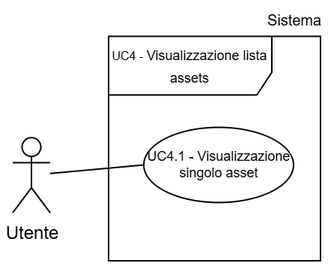
Before: Tutti i documenti/Assets/Diagrammi/UC4Inclusioni.png, a diagram exported from draw.io (AtlasTeam9/Documenti). Source tidied: cells renumbered, new cells last; positions are measured from the earlier drawing's top-left corner, leaving out a move shared by most shapes. Its diagram source:
```xml
<mxGraphModel background="light-dark(#FFFFFF,#FFFFFF)">
  <root>
    <mxCell id="0" />
    <mxCell id="1" parent="0" />
    <mxCell id="2" value="&lt;p&gt;&lt;font style=&quot;line-height: 60%; color: light-dark(rgb(0, 0, 0), rgb(0, 0, 0));&quot;&gt;&lt;font style=&quot;font-size: 8px; line-height: 60%;&quot; face=&quot;Helvetica&quot;&gt;UC4 -&amp;nbsp;&lt;/font&gt;&lt;span style=&quot;font-size: 9px; background-color: transparent; line-height: 60%;&quot;&gt;Visualizzazione lista assets&lt;/span&gt;&lt;/font&gt;&lt;/p&gt;" style="shape=umlFrame;whiteSpace=wrap;html=1;swimlaneFillColor=light-dark(transparent,#FFFFFF);strokeColor=light-dark(#000000,#000000);fillColor=none;width=109;height=39;gradientColor=none;" parent="1" vertex="1">
      <mxGeometry x="64" y="20.7" width="141.5" height="149.3" as="geometry" />
    </mxCell>
    <mxCell id="3" value="&lt;font style=&quot;color: light-dark(rgb(0, 0, 0), rgb(0, 0, 0));&quot;&gt;Utente&lt;/font&gt;" style="shape=umlActor;verticalLabelPosition=bottom;verticalAlign=top;html=1;outlineConnect=0;strokeColor=light-dark(#000000,#000000);fillColor=light-dark(#FFFFFF,transparent);" parent="1" vertex="1">
      <mxGeometry y="88.1" width="25" height="50" as="geometry" />
    </mxCell>
    <mxCell id="4" value="&lt;font style=&quot;color: light-dark(rgb(0, 0, 0), rgb(0, 0, 0)); line-height: 100%;&quot;&gt;UC4.1 - Visualizzazione singolo asset&lt;/font&gt;" style="ellipse;whiteSpace=wrap;html=1;strokeColor=light-dark(#000000,#000000);align=center;verticalAlign=middle;fontFamily=Helvetica;fontSize=9;fontColor=default;fillColor=light-dark(#FFFFFF, #ffffff);" parent="1" vertex="1">
      <mxGeometry x="87.5" y="81.2" width="100" height="50" as="geometry" />
    </mxCell>
    <mxCell id="5" style="endArrow=none;endFill=0;endSize=12;html=1;rounded=0;entryX=0;entryY=0.5;entryDx=0;entryDy=0;strokeColor=light-dark(#000000,#000000);" parent="1" edge="1" source="3" target="4">
      <mxGeometry relative="1" as="geometry" />
    </mxCell>
    <mxCell id="6" value="Sistema" style="text;html=1;whiteSpace=wrap;strokeColor=none;fillColor=none;align=center;verticalAlign=middle;rounded=0;fontFamily=Helvetica;fontSize=10;fontColor=light-dark(#000000,#000000);labelBackgroundColor=none;" parent="1" vertex="1">
      <mxGeometry x="169" width="38.5" height="20.7" as="geometry" />
    </mxCell>
  </root>
</mxGraphModel>
```
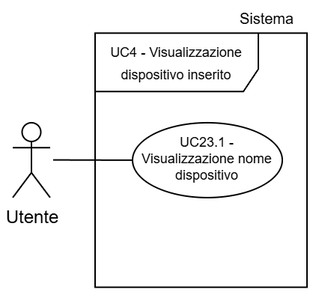
The same file after the commit.

Diff of the diagram source:
```diff
@@ -2,20 +2,22 @@
   <root>
     <mxCell id="0" />
     <mxCell id="1" parent="0" />
-    <mxCell id="2" value="&lt;p&gt;&lt;font style=&quot;line-height: 60%; color: light-dark(rgb(0, 0, 0), rgb(0, 0, 0));&quot;&gt;&lt;font style=&quot;font-size: 8px; line-height: 60%;&quot; face=&quot;Helvetica&quot;&gt;UC4 -&amp;nbsp;&lt;/font&gt;&lt;span style=&quot;font-size: 9px; background-color: transparent; line-height: 60%;&quot;&gt;Visualizzazione lista assets&lt;/span&gt;&lt;/font&gt;&lt;/p&gt;" style="shape=umlFrame;whiteSpace=wrap;html=1;swimlaneFillColor=light-dark(transparent,#FFFFFF);strokeColor=light-dark(#000000,#000000);fillColor=none;width=109;height=39;gradientColor=none;" parent="1" vertex="1">
-      <mxGeometry x="64" y="20.7" width="141.5" height="149.3" as="geometry" />
+    <mxCell id="2" value="&lt;p&gt;&lt;span style=&quot;font-size: 9px;&quot;&gt;&lt;font style=&quot;color: light-dark(rgb(0, 0, 0), rgb(0, 0, 0));&quot;&gt;UC4 - Visualizzazione dispositivo inserito&lt;/font&gt;&lt;/span&gt;&lt;/p&gt;" style="shape=umlFrame;whiteSpace=wrap;html=1;swimlaneFillColor=light-dark(transparent,#FFFFFF);strokeColor=light-dark(#000000,#000000);fillColor=light-dark(#FFFFFF,#FFFFFF);width=109;height=39;" parent="1" vertex="1">
+      <mxGeometry x="-461" y="23.6" width="141.5" height="169.7" as="geometry" />
     </mxCell>
     <mxCell id="3" value="&lt;font style=&quot;color: light-dark(rgb(0, 0, 0), rgb(0, 0, 0));&quot;&gt;Utente&lt;/font&gt;" style="shape=umlActor;verticalLabelPosition=bottom;verticalAlign=top;html=1;outlineConnect=0;strokeColor=light-dark(#000000,#000000);fillColor=light-dark(#FFFFFF,transparent);" parent="1" vertex="1">
-      <mxGeometry y="88.1" width="25" height="50" as="geometry" />
+      <mxGeometry x="-516" y="83.5" width="25" height="50" as="geometry" />
     </mxCell>
-    <mxCell id="4" value="&lt;font style=&quot;color: light-dark(rgb(0, 0, 0), rgb(0, 0, 0)); line-height: 100%;&quot;&gt;UC4.1 - Visualizzazione singolo asset&lt;/font&gt;" style="ellipse;whiteSpace=wrap;html=1;strokeColor=light-dark(#000000,#000000);align=center;verticalAlign=middle;fontFamily=Helvetica;fontSize=9;fontColor=default;fillColor=light-dark(#FFFFFF, #ffffff);" parent="1" vertex="1">
-      <mxGeometry x="87.5" y="81.2" width="100" height="50" as="geometry" />
+    <mxCell id="4" value="&lt;font style=&quot;color: light-dark(rgb(0, 0, 0), rgb(0, 0, 0)); line-height: 100%;&quot;&gt;UC23.1 - Visualizzazione nome dispositivo&lt;/font&gt;" style="ellipse;whiteSpace=wrap;html=1;strokeColor=light-dark(#000000,#000000);align=center;verticalAlign=middle;fontFamily=Helvetica;fontSize=9;fontColor=default;fillColor=light-dark(#FFFFFF, #ffffff);" parent="1" vertex="1">
+      <mxGeometry x="-436" y="83.5" width="100" height="50" as="geometry" />
     </mxCell>
-    <mxCell id="5" style="endArrow=none;endFill=0;endSize=12;html=1;rounded=0;entryX=0;entryY=0.5;entryDx=0;entryDy=0;strokeColor=light-dark(#000000,#000000);" parent="1" edge="1" source="3" target="4">
-      <mxGeometry relative="1" as="geometry" />
+    <mxCell id="5" value="Sistema" style="text;html=1;whiteSpace=wrap;strokeColor=none;fillColor=none;align=center;verticalAlign=middle;rounded=0;fontFamily=Helvetica;fontSize=10;fontColor=light-dark(#000000,#000000);labelBackgroundColor=none;" parent="1" vertex="1">
+      <mxGeometry x="-376" y="4.9" width="60" height="18.8" as="geometry" />
     </mxCell>
-    <mxCell id="6" value="Sistema" style="text;html=1;whiteSpace=wrap;strokeColor=none;fillColor=none;align=center;verticalAlign=middle;rounded=0;fontFamily=Helvetica;fontSize=10;fontColor=light-dark(#000000,#000000);labelBackgroundColor=none;" parent="1" vertex="1">
-      <mxGeometry x="169" width="38.5" height="20.7" as="geometry" />
+    <mxCell id="6" style="endArrow=none;html=1;rounded=0;fontFamily=Helvetica;fontSize=12;fontColor=default;strokeColor=light-dark(#000000,#000000);entryX=0;entryY=0.5;entryDx=0;entryDy=0;" parent="1" edge="1" target="4">
+      <mxGeometry relative="1" as="geometry">
+        <mxPoint x="-489" y="108.3" as="sourcePoint" />
+      </mxGeometry>
     </mxCell>
   </root>
 </mxGraphModel>
```
